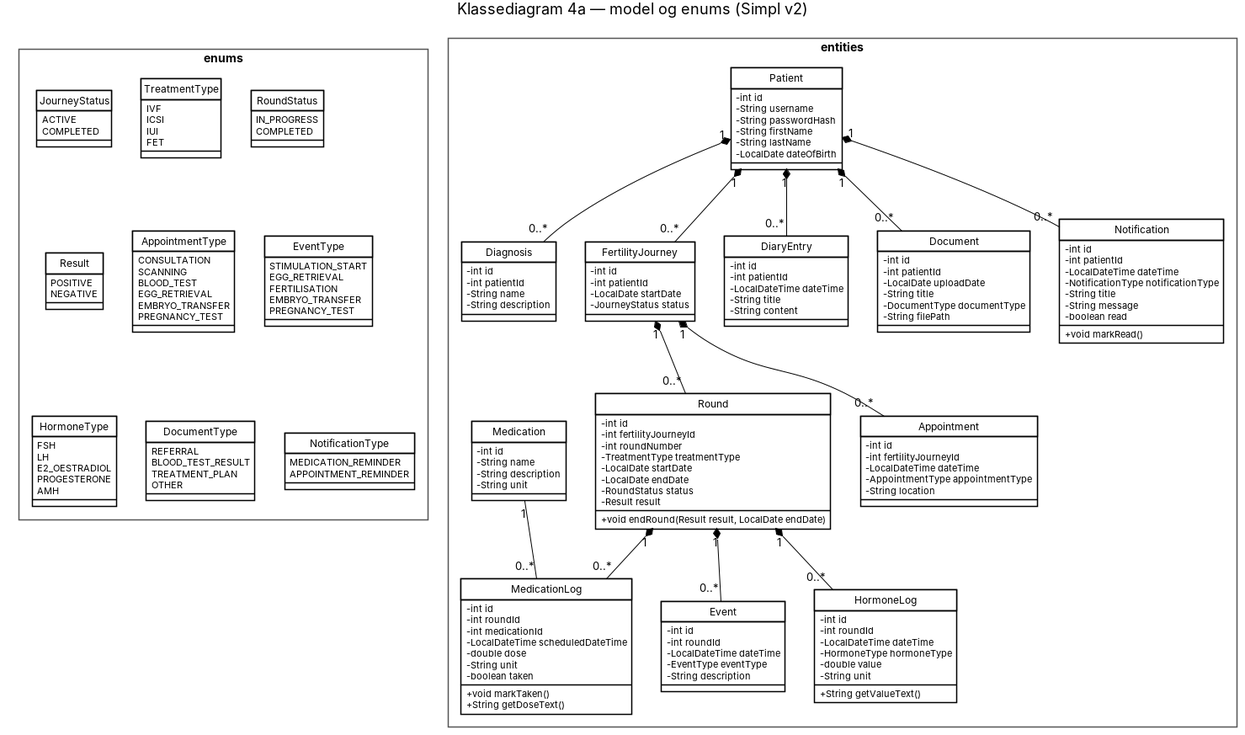
This is doc/static/Klassediagram4a.png from BesimaP/Simpl-PET-project, a PlantUML export, as it was before one commit. Its source is kept beside it as doc/static/Klassediagram4a.puml.
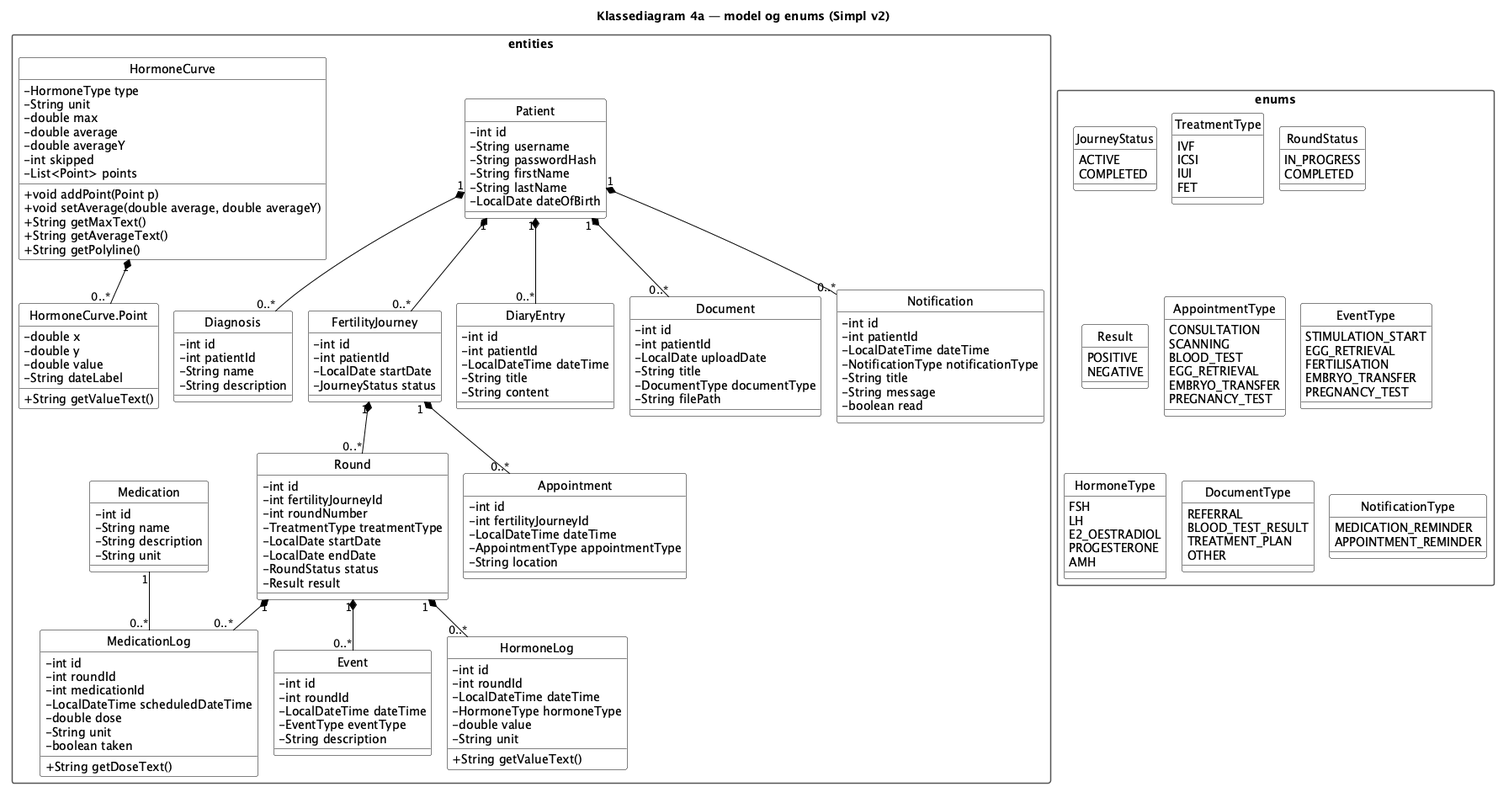
Above is the later version.

What changed in the source:
```diff
@@ -53,7 +53,6 @@
     - LocalDate endDate
     - RoundStatus status
     - Result result
-    + void endRound(Result result, LocalDate endDate)
   }
 
   class Appointment {
@@ -95,7 +94,6 @@
     - double dose
     - String unit
     - boolean taken
-    + void markTaken()
     + String getDoseText()
   }
 
@@ -106,6 +104,29 @@
     - HormoneType hormoneType
     - double value
     - String unit
+    + String getValueText()
+  }
+
+  class HormoneCurve {
+    - HormoneType type
+    - String unit
+    - double max
+    - double average
+    - double averageY
+    - int skipped
+    - List<Point> points
+    + void addPoint(Point p)
+    + void setAverage(double average, double averageY)
+    + String getMaxText()
+    + String getAverageText()
+    + String getPolyline()
+  }
+
+  class "HormoneCurve.Point" as Point {
+    - double x
+    - double y
+    - double value
+    - String dateLabel
     + String getValueText()
   }
 
@@ -126,7 +147,6 @@
     - String title
     - String message
     - boolean read
-    + void markRead()
   }
 
 }
@@ -209,4 +229,6 @@
 Round "1" *-- "0..*" MedicationLog
 Medication "1" -- "0..*" MedicationLog
 
+HormoneCurve "1" *-- "0..*" Point
+
 @enduml
```
